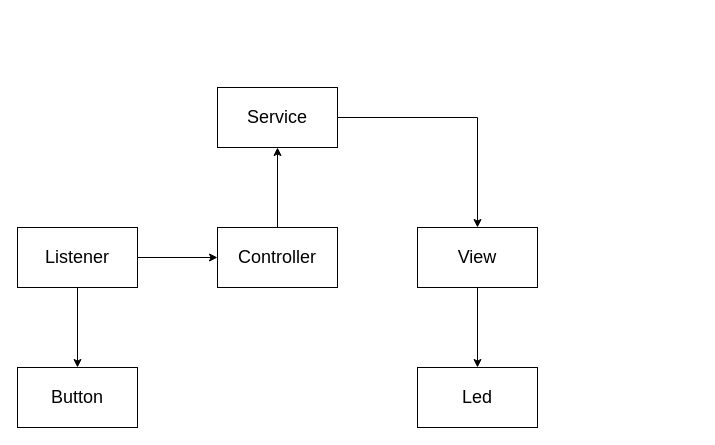
Before: page "페이지-1" (1 of 2) of sw_design/architecture.drawio in rhoblackEdu/StandLight_Clock, a draw.io diagram. Source tidied: cells renumbered, new cells numbered last; positions are measured from the earlier drawing's top-left corner, leaving out a move shared by most shapes. Both pictures are drawn from the tidied source at 100%, with x=0, y=0 at pixel (17, 87).
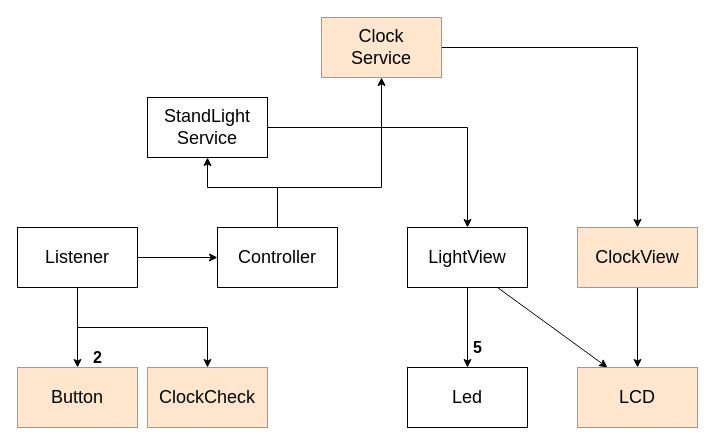
The same page after the edit.

The change refers to these unchanged cells:
```xml
<mxCell id="5" value="Listener" style="whiteSpace=wrap;html=1;fontSize=18;" parent="1" vertex="1">
  <mxGeometry y="140" width="120" height="60" as="geometry" />
</mxCell>
<mxCell id="7" value="Controller" style="whiteSpace=wrap;html=1;fontSize=18;" parent="1" vertex="1">
  <mxGeometry x="200" y="140" width="120" height="60" as="geometry" />
</mxCell>
```

Diff of the diagram source:
```diff
@@
-    <mxCell id="2" value="Button" style="whiteSpace=wrap;html=1;fontSize=18;" parent="1" vertex="1">
+    <mxCell id="2" value="Button" style="whiteSpace=wrap;html=1;fontSize=18;fillColor=#ffe6cc;strokeColor=#d79b00;" parent="1" vertex="1">
       <mxGeometry y="280" width="120" height="60" as="geometry" />
     </mxCell>
@@
+    <mxCell id="13" style="edgeStyle=orthogonalEdgeStyle;rounded=0;html=1;exitX=0.5;exitY=1;exitDx=0;exitDy=0;entryX=0.5;entryY=0;entryDx=0;entryDy=0;fontSize=16;" parent="1" edge="1" source="5" target="23">
+      <mxGeometry relative="1" as="geometry" />
+    </mxCell>
@@
+    <mxCell id="14" style="edgeStyle=orthogonalEdgeStyle;rounded=0;html=1;exitX=0.5;exitY=0;exitDx=0;exitDy=0;entryX=0.5;entryY=1;entryDx=0;entryDy=0;fontSize=16;" parent="1" edge="1" source="7" target="20">
+      <mxGeometry relative="1" as="geometry">
+        <Array as="points">
+          <mxPoint x="260" y="100" />
+          <mxPoint x="364" y="100" />
+        </Array>
+      </mxGeometry>
+    </mxCell>
-    <mxCell id="6" style="edgeStyle=none;html=1;fontSize=18;" parent="1" edge="1" source="7" target="12">
-      <mxGeometry relative="1" as="geometry" />
+    <mxCell id="6" style="edgeStyle=orthogonalEdgeStyle;rounded=0;html=1;exitX=0.5;exitY=0;exitDx=0;exitDy=0;entryX=0.5;entryY=1;entryDx=0;entryDy=0;fontSize=16;" parent="1" edge="1" source="7" target="12">
+      <mxGeometry relative="1" as="geometry">
+        <Array as="points">
+          <mxPoint x="260" y="100" />
+          <mxPoint x="190" y="100" />
+        </Array>
+      </mxGeometry>
     </mxCell>
@@
-    <mxCell id="8" style="edgeStyle=none;html=1;fontSize=18;" parent="1" edge="1" source="9" target="10">
+    <mxCell id="8" style="edgeStyle=orthogonalEdgeStyle;html=1;fontSize=18;rounded=0;" parent="1" edge="1" source="9" target="10">
       <mxGeometry relative="1" as="geometry" />
     </mxCell>
+    <mxCell id="15" style="edgeStyle=none;html=1;exitX=0.75;exitY=1;exitDx=0;exitDy=0;entryX=0.25;entryY=0;entryDx=0;entryDy=0;" parent="1" edge="1" source="9" target="18">
+      <mxGeometry relative="1" as="geometry" />
+    </mxCell>
-    <mxCell id="9" value="View" style="whiteSpace=wrap;html=1;fontSize=18;" parent="1" vertex="1">
-      <mxGeometry x="400" y="140" width="120" height="60" as="geometry" />
+    <mxCell id="9" value="LightView" style="whiteSpace=wrap;html=1;fontSize=18;" parent="1" vertex="1">
+      <mxGeometry x="390" y="140" width="120" height="60" as="geometry" />
     </mxCell>
     <mxCell id="10" value="Led" style="whiteSpace=wrap;html=1;fontSize=18;" parent="1" vertex="1">
-      <mxGeometry x="400" y="280" width="120" height="60" as="geometry" />
+      <mxGeometry x="390" y="280" width="120" height="60" as="geometry" />
     </mxCell>
@@
-    <mxCell id="12" value="Service" style="whiteSpace=wrap;html=1;fontSize=18;" parent="1" vertex="1">
-      <mxGeometry x="200" width="120" height="60" as="geometry" />
+    <mxCell id="12" value="StandLight&lt;br&gt;Service" style="whiteSpace=wrap;html=1;fontSize=18;" parent="1" vertex="1">
+      <mxGeometry x="130" y="10" width="120" height="60" as="geometry" />
     </mxCell>
+    <mxCell id="16" value="2" style="text;html=1;align=center;verticalAlign=middle;strokeColor=none;fillColor=none;fontSize=16;fontStyle=1;" parent="1" vertex="1">
+      <mxGeometry x="70" y="260" width="20" height="20" as="geometry" />
+    </mxCell>
+    <mxCell id="17" value="5" style="text;html=1;align=center;verticalAlign=middle;strokeColor=none;fillColor=none;fontSize=16;fontStyle=1;" parent="1" vertex="1">
+      <mxGeometry x="450" y="250" width="20" height="20" as="geometry" />
+    </mxCell>
+    <mxCell id="18" value="LCD" style="whiteSpace=wrap;html=1;fontSize=18;fillColor=#ffe6cc;strokeColor=#d79b00;" parent="1" vertex="1">
+      <mxGeometry x="560" y="280" width="120" height="60" as="geometry" />
+    </mxCell>
+    <mxCell id="19" style="edgeStyle=orthogonalEdgeStyle;rounded=0;html=1;exitX=1;exitY=0.5;exitDx=0;exitDy=0;entryX=0.5;entryY=0;entryDx=0;entryDy=0;fontSize=16;" parent="1" edge="1" source="20" target="22">
+      <mxGeometry relative="1" as="geometry" />
+    </mxCell>
+    <mxCell id="20" value="Clock&lt;br&gt;Service" style="whiteSpace=wrap;html=1;fontSize=18;fillColor=#ffe6cc;strokeColor=#d79b00;" parent="1" vertex="1">
+      <mxGeometry x="304" y="-70" width="120" height="60" as="geometry" />
+    </mxCell>
+    <mxCell id="21" style="edgeStyle=orthogonalEdgeStyle;rounded=0;html=1;exitX=0.5;exitY=1;exitDx=0;exitDy=0;entryX=0.5;entryY=0;entryDx=0;entryDy=0;fontSize=16;" parent="1" edge="1" source="22" target="18">
+      <mxGeometry relative="1" as="geometry" />
+    </mxCell>
+    <mxCell id="22" value="ClockView" style="whiteSpace=wrap;html=1;fontSize=18;fillColor=#ffe6cc;strokeColor=#d79b00;" parent="1" vertex="1">
+      <mxGeometry x="560" y="140" width="120" height="60" as="geometry" />
+    </mxCell>
+    <mxCell id="23" value="ClockCheck" style="whiteSpace=wrap;html=1;fontSize=18;fillColor=#ffe6cc;strokeColor=#d79b00;" parent="1" vertex="1">
+      <mxGeometry x="130" y="280" width="120" height="60" as="geometry" />
+    </mxCell>
```
